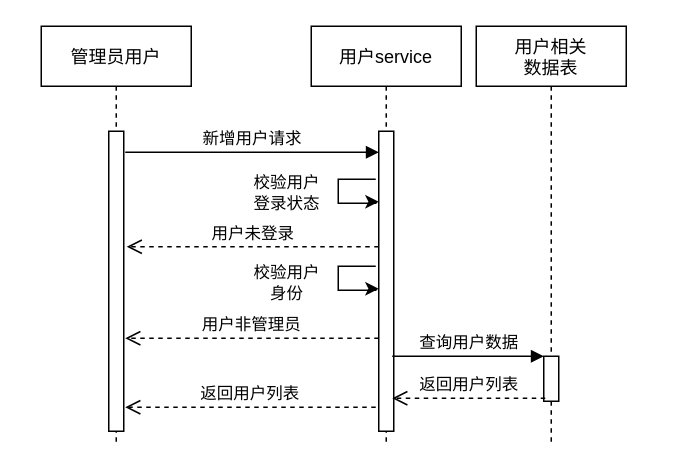
Earlier version of the draw.io diagram shixutu2.drawio (ppp-203/ppp-203). Source tidied: cells renumbered, new cells numbered last; positions are measured from the earlier drawing's top-left corner, leaving out a move shared by most shapes. Both pictures are drawn from the tidied source at 150%, with x=0, y=0 at pixel (40, 26).
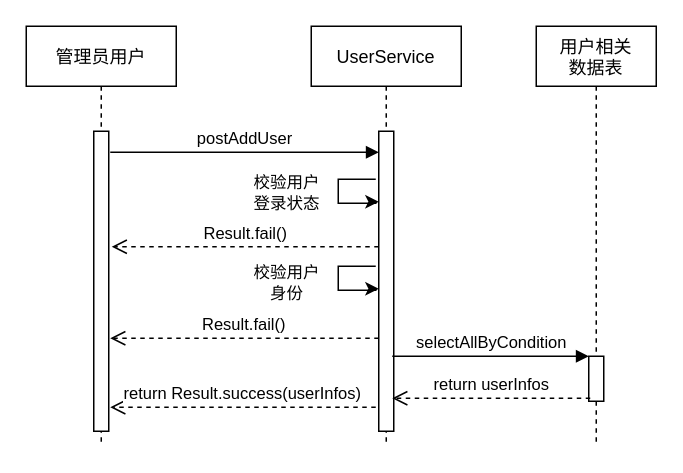
The same diagram, later.

The change refers to these unchanged cells:
```xml
<mxCell id="3" style="points=[];perimeter=orthogonalPerimeter;rounded=0;shadow=0;strokeWidth=1;" parent="2" vertex="1">
  <mxGeometry x="45" y="70" width="10" height="200" as="geometry" />
</mxCell>
<mxCell id="5" style="points=[];perimeter=orthogonalPerimeter;rounded=0;shadow=0;strokeWidth=1;" parent="4" vertex="1">
  <mxGeometry x="45" y="70" width="10" height="200" as="geometry" />
</mxCell>
```

Change to the diagram source:
```diff
@@
     <mxCell id="2" value="管理员用户" style="shape=umlLifeline;perimeter=lifelinePerimeter;rounded=0;shadow=0;strokeWidth=1;" parent="1" vertex="1">
-      <mxGeometry width="100" height="280" as="geometry" />
+      <mxGeometry x="-10" width="100" height="280" as="geometry" />
     </mxCell>
@@
-    <mxCell id="4" value="用户service" style="shape=umlLifeline;perimeter=lifelinePerimeter;rounded=0;shadow=0;strokeWidth=1;" parent="1" vertex="1">
+    <mxCell id="4" value="UserService" style="shape=umlLifeline;perimeter=lifelinePerimeter;rounded=0;shadow=0;strokeWidth=1;" parent="1" vertex="1">
       <mxGeometry x="180" width="100" height="280" as="geometry" />
     </mxCell>
@@
-    <mxCell id="8" value="新增用户请求" style="verticalAlign=bottom;endArrow=block;shadow=0;strokeWidth=1;exitX=1.1;exitY=0.108;exitDx=0;exitDy=0;exitPerimeter=0;" parent="1" edge="1">
+    <mxCell id="8" value="postAddUser" style="verticalAlign=bottom;endArrow=block;shadow=0;strokeWidth=1;exitX=1.1;exitY=0.07;exitDx=0;exitDy=0;exitPerimeter=0;" parent="1" edge="1" source="3">
       <mxGeometry relative="1" as="geometry">
-        <mxPoint x="56" y="84" as="sourcePoint" />
         <mxPoint x="225" y="84" as="targetPoint" />
       </mxGeometry>
     </mxCell>
     <mxCell id="9" value="用户相关&#10;数据表" style="shape=umlLifeline;perimeter=lifelinePerimeter;rounded=0;shadow=0;strokeWidth=1;" parent="1" vertex="1">
-      <mxGeometry x="290" width="100" height="280" as="geometry" />
+      <mxGeometry x="330" width="80" height="280" as="geometry" />
     </mxCell>
     <mxCell id="10" style="points=[];perimeter=orthogonalPerimeter;rounded=0;shadow=0;strokeWidth=1;" parent="9" vertex="1">
-      <mxGeometry x="45" y="220" width="10" height="30" as="geometry" />
+      <mxGeometry x="35" y="220" width="10" height="30" as="geometry" />
     </mxCell>
@@
-    <mxCell id="12" value="用户未登录" style="html=1;verticalAlign=bottom;endArrow=open;dashed=1;endSize=8;rounded=0;entryX=1.2;entryY=0.385;entryDx=0;entryDy=0;entryPerimeter=0;" parent="1" edge="1" source="5" target="3">
+    <mxCell id="12" value="Result.fail()" style="html=1;verticalAlign=bottom;endArrow=open;dashed=1;endSize=8;rounded=0;entryX=1.2;entryY=0.385;entryDx=0;entryDy=0;entryPerimeter=0;" parent="1" edge="1" source="5" target="3">
       <mxGeometry relative="1" as="geometry" />
     </mxCell>
@@
-    <mxCell id="14" value="用户非管理员" style="html=1;verticalAlign=bottom;endArrow=open;dashed=1;endSize=8;rounded=0;entryX=1.1;entryY=0.69;entryDx=0;entryDy=0;entryPerimeter=0;" parent="1" edge="1" source="5" target="3">
+    <mxCell id="14" value="Result.fail()" style="html=1;verticalAlign=bottom;endArrow=open;dashed=1;endSize=8;rounded=0;entryX=1.1;entryY=0.69;entryDx=0;entryDy=0;entryPerimeter=0;" parent="1" edge="1" source="5" target="3">
       <mxGeometry relative="1" as="geometry" />
     </mxCell>
-    <mxCell id="15" value="查询用户数据" style="html=1;verticalAlign=bottom;endArrow=block;rounded=0;exitX=0.9;exitY=0.75;exitDx=0;exitDy=0;exitPerimeter=0;" parent="1" edge="1" source="5" target="10">
+    <mxCell id="15" value="selectAllByCondition" style="html=1;verticalAlign=bottom;endArrow=block;rounded=0;exitX=0.9;exitY=0.75;exitDx=0;exitDy=0;exitPerimeter=0;" parent="1" edge="1" source="5" target="10">
       <mxGeometry relative="1" as="geometry" />
     </mxCell>
-    <mxCell id="16" value="返回用户列表" style="html=1;verticalAlign=bottom;endArrow=open;dashed=1;endSize=8;rounded=0;exitX=0.1;exitY=0.933;exitDx=0;exitDy=0;exitPerimeter=0;entryX=0.9;entryY=0.89;entryDx=0;entryDy=0;entryPerimeter=0;" parent="1" edge="1" source="10" target="5">
+    <mxCell id="16" value="return userInfos" style="html=1;verticalAlign=bottom;endArrow=open;dashed=1;endSize=8;rounded=0;exitX=0.1;exitY=0.933;exitDx=0;exitDy=0;exitPerimeter=0;entryX=0.9;entryY=0.89;entryDx=0;entryDy=0;entryPerimeter=0;" parent="1" edge="1" source="10" target="5">
       <mxGeometry relative="1" as="geometry" />
     </mxCell>
-    <mxCell id="17" value="返回用户列表" style="html=1;verticalAlign=bottom;endArrow=open;dashed=1;endSize=8;rounded=0;exitX=-0.2;exitY=0.92;exitDx=0;exitDy=0;exitPerimeter=0;entryX=1.1;entryY=0.92;entryDx=0;entryDy=0;entryPerimeter=0;" parent="1" edge="1" source="5" target="3">
+    <mxCell id="17" value="return Result.success(userInfos)" style="html=1;verticalAlign=bottom;endArrow=open;dashed=1;endSize=8;rounded=0;exitX=-0.2;exitY=0.92;exitDx=0;exitDy=0;exitPerimeter=0;entryX=1.1;entryY=0.92;entryDx=0;entryDy=0;entryPerimeter=0;" parent="1" edge="1" source="5" target="3">
       <mxGeometry relative="1" as="geometry" />
     </mxCell>
```
